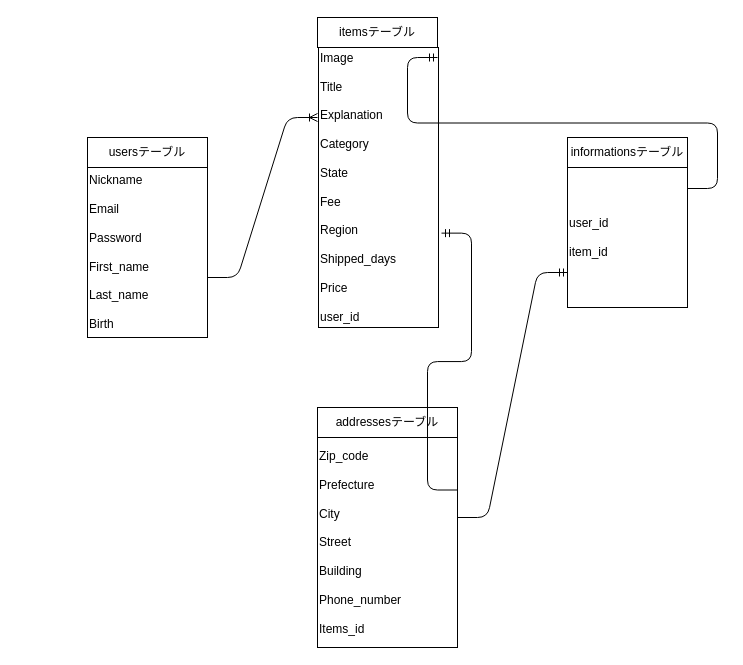
Above: test.dio in Mmy26/furima-36994 (draw.io), before the change. Source tidied: cells renumbered, new cells numbered last; positions are measured from the earlier drawing's top-left corner, leaving out a move shared by most shapes. Both pictures are drawn from the tidied source at 100%, with x=0, y=0 at pixel (17, 17).
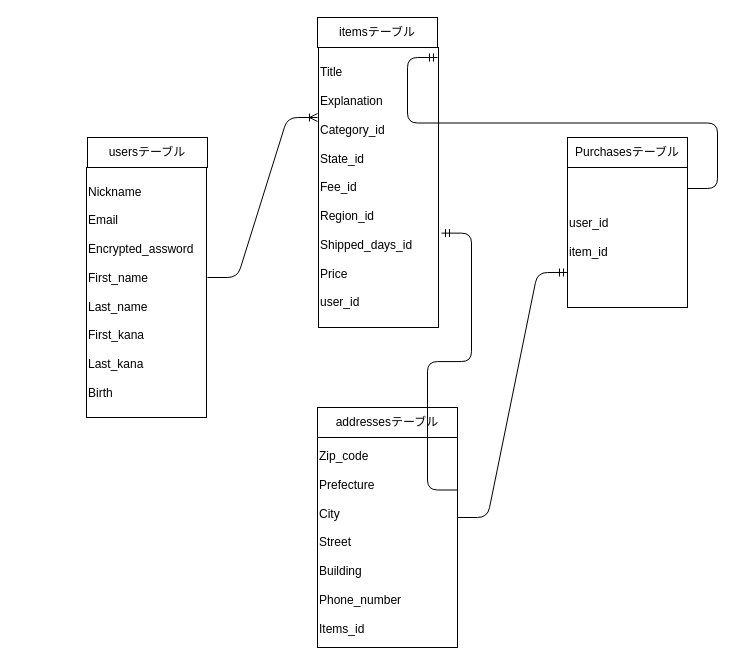
After the change.

What changed in the source:
```diff
@@
 <mxGraphModel>
   <root>
     <mxCell id="0" />
     <mxCell id="1" parent="0" />
-    <mxCell id="2" value="&lt;span&gt;Nickname&lt;br&gt;&lt;/span&gt;&lt;br&gt;&lt;span&gt;Email&lt;br&gt;&lt;/span&gt;&lt;br&gt;&lt;span&gt;Password&lt;br&gt;&lt;/span&gt;&lt;br&gt;&lt;span&gt;First_name&lt;br&gt;&lt;/span&gt;&lt;br&gt;&lt;span&gt;Last_name&lt;br&gt;&lt;/span&gt;&lt;br&gt;&lt;span&gt;Birth&lt;/span&gt;" style="whiteSpace=wrap;html=1;rounded=0;sketch=0;align=left;" parent="1" vertex="1">
-      <mxGeometry x="70" y="150" width="120" height="170" as="geometry" />
+    <mxCell id="2" value="&lt;span&gt;Nickname&lt;br&gt;&lt;/span&gt;&lt;br&gt;&lt;span&gt;Email&lt;br&gt;&lt;/span&gt;&lt;br&gt;&lt;span&gt;Encrypted_assword&lt;br&gt;&lt;/span&gt;&lt;br&gt;&lt;span&gt;First_name&lt;br&gt;&lt;/span&gt;&lt;br&gt;&lt;span&gt;Last_name&lt;br&gt;&lt;/span&gt;&lt;br&gt;First_kana&lt;br&gt;&lt;br&gt;Last_kana&lt;br&gt;&lt;br&gt;Birth" style="whiteSpace=wrap;html=1;rounded=0;sketch=0;align=left;" parent="1" vertex="1">
+      <mxGeometry x="69" y="150" width="120" height="250" as="geometry" />
     </mxCell>
     <mxCell id="3" value="usersテーブル" style="whiteSpace=wrap;html=1;rounded=0;sketch=0;" parent="1" vertex="1">
       <mxGeometry x="70" y="120" width="120" height="30" as="geometry" />
     </mxCell>
     <mxCell id="4" style="edgeStyle=orthogonalEdgeStyle;curved=0;rounded=1;sketch=0;orthogonalLoop=1;jettySize=auto;html=1;exitX=0.5;exitY=1;exitDx=0;exitDy=0;" parent="1" edge="1" source="2" target="2">
       <mxGeometry relative="1" as="geometry" />
     </mxCell>
-    <mxCell id="5" value="&lt;span&gt;Image&lt;br&gt;&lt;/span&gt;&lt;br&gt;&lt;span&gt;Title&lt;br&gt;&lt;/span&gt;&lt;br&gt;&lt;span&gt;Explanation&lt;/span&gt;&lt;br&gt;&lt;span&gt;&lt;br&gt;Category&lt;/span&gt;&lt;br&gt;&lt;span&gt;&lt;br&gt;State&lt;br&gt;&lt;br&gt;&lt;/span&gt;Fee&lt;br&gt;&lt;br&gt;Region&lt;br&gt;&lt;br&gt;Shipped_days&lt;br&gt;&lt;br&gt;Price&lt;br&gt;&lt;span&gt;&lt;br&gt;user_id&lt;br&gt;&lt;/span&gt;" style="whiteSpace=wrap;html=1;rounded=0;sketch=0;align=left;" parent="1" vertex="1">
+    <mxCell id="5" value="&lt;span&gt;Title&lt;br&gt;&lt;/span&gt;&lt;br&gt;&lt;span&gt;Explanation&lt;/span&gt;&lt;br&gt;&lt;span&gt;&lt;br&gt;Category_id&lt;/span&gt;&lt;br&gt;&lt;span&gt;&lt;br&gt;State_id&lt;br&gt;&lt;br&gt;&lt;/span&gt;Fee_id&lt;br&gt;&lt;br&gt;Region_id&lt;br&gt;&lt;br&gt;Shipped_days_id&lt;br&gt;&lt;br&gt;Price&lt;br&gt;&lt;span&gt;&lt;br&gt;user_id&lt;br&gt;&lt;/span&gt;" style="whiteSpace=wrap;html=1;rounded=0;sketch=0;align=left;" parent="1" vertex="1">
       <mxGeometry x="301" y="30" width="120" height="280" as="geometry" />
     </mxCell>
     <mxCell id="6" value="itemsテーブル" style="whiteSpace=wrap;html=1;rounded=0;sketch=0;" parent="1" vertex="1">
       <mxGeometry x="300" width="120" height="30" as="geometry" />
     </mxCell>
     <mxCell id="7" style="edgeStyle=orthogonalEdgeStyle;curved=0;rounded=1;sketch=0;orthogonalLoop=1;jettySize=auto;html=1;exitX=0.5;exitY=1;exitDx=0;exitDy=0;" parent="1" edge="1" source="5" target="5">
       <mxGeometry relative="1" as="geometry" />
     </mxCell>
-    <mxCell id="8" value="informationsテーブル" style="whiteSpace=wrap;html=1;rounded=0;sketch=0;" parent="1" vertex="1">
+    <mxCell id="8" value="Purchasesテーブル" style="whiteSpace=wrap;html=1;rounded=0;sketch=0;" parent="1" vertex="1">
       <mxGeometry x="550" y="120" width="120" height="30" as="geometry" />
     </mxCell>
     <mxCell id="9" value="user_id&lt;br&gt;&lt;br&gt;item_id" style="whiteSpace=wrap;html=1;rounded=0;sketch=0;align=left;" parent="1" vertex="1">
       <mxGeometry x="550" y="150" width="120" height="140" as="geometry" />
     </mxCell>
     <mxCell id="10" value="addressesテーブル" style="whiteSpace=wrap;html=1;rounded=0;sketch=0;" parent="1" vertex="1">
       <mxGeometry x="300" y="390" width="140" height="30" as="geometry" />
     </mxCell>
     <mxCell id="11" value="&lt;span&gt;Zip_code&lt;br&gt;&lt;/span&gt;&lt;br&gt;&lt;span&gt;Prefecture&lt;br&gt;&lt;/span&gt;&lt;br&gt;&lt;span&gt;City&lt;br&gt;&lt;/span&gt;&lt;br&gt;&lt;span&gt;Street&lt;br&gt;&lt;/span&gt;&lt;br&gt;&lt;span&gt;Building&lt;br&gt;&lt;/span&gt;&lt;br&gt;&lt;span&gt;Phone_number&lt;br&gt;&lt;/span&gt;&lt;br&gt;&lt;span&gt;Items_id&lt;/span&gt;" style="whiteSpace=wrap;html=1;rounded=0;sketch=0;align=left;" parent="1" vertex="1">
       <mxGeometry x="300" y="420" width="140" height="210" as="geometry" />
     </mxCell>
     <mxCell id="12" style="edgeStyle=entityRelationEdgeStyle;fontSize=12;html=1;endArrow=ERoneToMany;" parent="1" edge="1">
       <mxGeometry relative="1" as="geometry">
         <mxPoint x="190" y="260" as="sourcePoint" />
         <mxPoint x="300" y="100" as="targetPoint" />
       </mxGeometry>
     </mxCell>
     <mxCell id="13" value="&#10;&#10;&#10;&#10;" style="text;strokeColor=none;fillColor=none;spacingLeft=4;spacingRight=4;overflow=hidden;fontSize=12;" parent="1" vertex="1">
       <mxGeometry y="490" width="160" height="30" as="geometry" />
     </mxCell>
     <mxCell id="14" style="edgeStyle=entityRelationEdgeStyle;fontSize=12;html=1;endArrow=ERmandOne;entryX=1.025;entryY=0.663;entryDx=0;entryDy=0;exitX=1;exitY=0.25;exitDx=0;exitDy=0;entryPerimeter=0;" parent="1" edge="1" source="11" target="5">
       <mxGeometry relative="1" as="geometry" />
     </mxCell>
     <mxCell id="15" style="edgeStyle=entityRelationEdgeStyle;fontSize=12;html=1;endArrow=ERmandOne;exitX=1;exitY=0.15;exitDx=0;exitDy=0;exitPerimeter=0;" parent="1" edge="1" source="9">
       <mxGeometry relative="1" as="geometry">
         <mxPoint x="420" y="40" as="targetPoint" />
       </mxGeometry>
     </mxCell>
     <mxCell id="16" style="edgeStyle=entityRelationEdgeStyle;fontSize=12;html=1;endArrow=ERmandOne;entryX=0;entryY=0.75;entryDx=0;entryDy=0;exitX=1;exitY=0.381;exitDx=0;exitDy=0;exitPerimeter=0;" parent="1" edge="1" source="11" target="9">
       <mxGeometry relative="1" as="geometry" />
     </mxCell>
   </root>
 </mxGraphModel>
```
